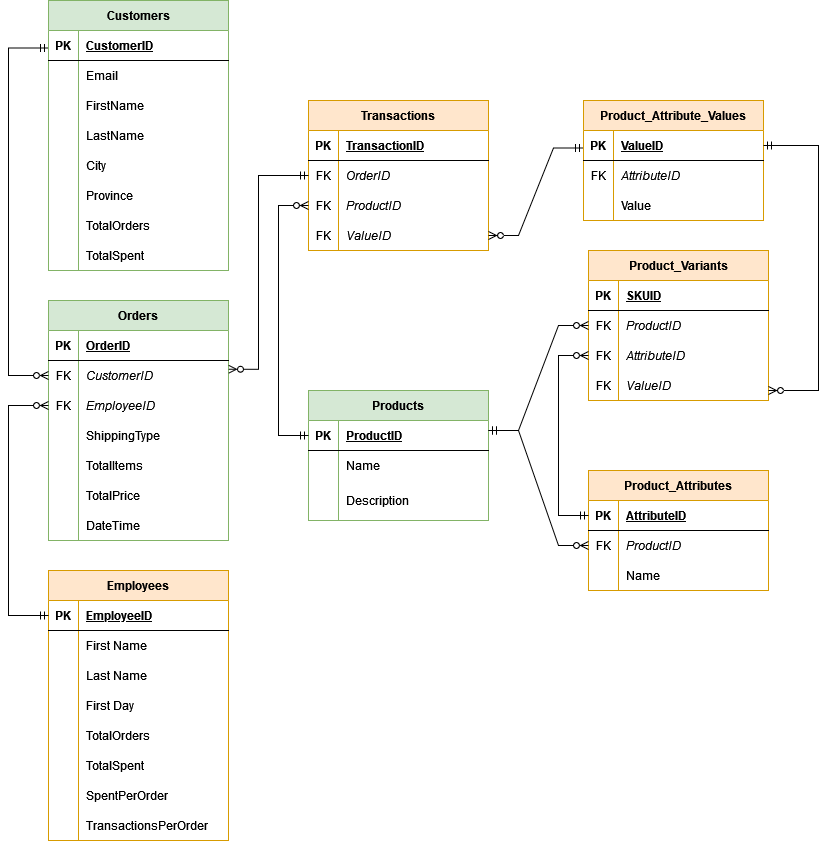
Above: extras/SchemaV1.png in fynnweaver/Shopify_Relational_Database (draw.io), before the change. Source tidied: cells renumbered, new cells last; positions are measured from the earlier drawing's top-left corner, leaving out a move shared by most shapes.
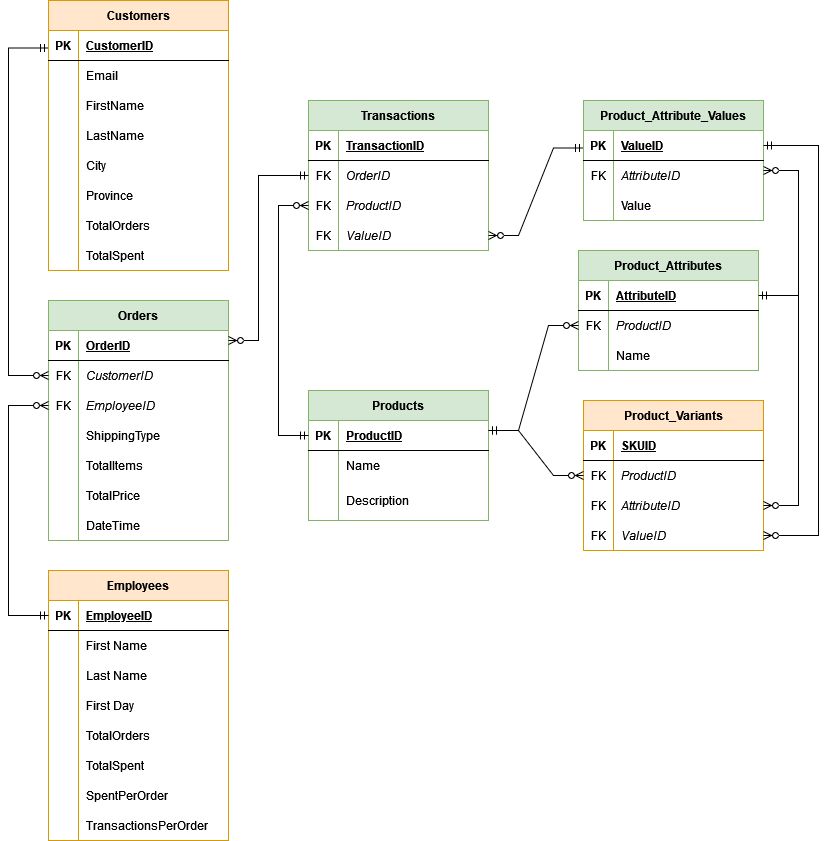
The same file after the commit.

Commit message:
Finished creation of product attributes and product attribute values.

The edit, as a diff of the source:
```diff
@@ -32,8 +32,8 @@
     <mxCell id="11" value="Description" style="shape=partialRectangle;fillColor=none;top=0;left=0;bottom=0;right=0;align=left;spacingLeft=6;overflow=hidden;" parent="9" vertex="1">
       <mxGeometry x="30" width="150" height="40" as="geometry" />
     </mxCell>
-    <mxCell id="12" value="Product_Attributes" style="shape=table;startSize=30;rowLines=0;fontStyle=1;align=center;fillColor=#ffe6cc;strokeColor=#d79b00;" parent="1" vertex="1">
-      <mxGeometry x="580" y="470" width="180" height="120" as="geometry" />
+    <mxCell id="12" value="Product_Attributes" style="shape=table;startSize=30;rowLines=0;fontStyle=1;align=center;fillColor=#d5e8d4;strokeColor=#82b366;" parent="1" vertex="1">
+      <mxGeometry x="570" y="250" width="180" height="120" as="geometry" />
     </mxCell>
     <mxCell id="13" style="shape=tableRow;horizontal=0;startSize=0;swimlaneHead=0;swimlaneBody=0;fillColor=none;points=[[0,0.5],[1,0.5]];portConstraint=eastwest;top=0;left=0;right=0;bottom=1;" parent="12" vertex="1">
       <mxGeometry y="30" width="180" height="30" as="geometry" />
@@ -62,7 +62,7 @@
     <mxCell id="21" value="Name" style="shape=partialRectangle;fillColor=none;top=0;left=0;bottom=0;right=0;align=left;spacingLeft=6;overflow=hidden;" parent="19" vertex="1">
       <mxGeometry x="30" width="150" height="30" as="geometry" />
     </mxCell>
-    <mxCell id="22" value="Product_Attribute_Values" style="shape=table;startSize=30;rowLines=0;fontStyle=1;align=center;fillColor=#ffe6cc;strokeColor=#d79b00;" parent="1" vertex="1">
+    <mxCell id="22" value="Product_Attribute_Values" style="shape=table;startSize=30;rowLines=0;fontStyle=1;align=center;fillColor=#d5e8d4;strokeColor=#82b366;" parent="1" vertex="1">
       <mxGeometry x="575" y="100" width="180" height="120" as="geometry" />
     </mxCell>
     <mxCell id="23" style="shape=tableRow;horizontal=0;startSize=0;swimlaneHead=0;swimlaneBody=0;fillColor=none;points=[[0,0.5],[1,0.5]];portConstraint=eastwest;top=0;left=0;right=0;bottom=1;" parent="22" vertex="1">
@@ -93,7 +93,7 @@
       <mxGeometry x="30" width="150" height="30" as="geometry" />
     </mxCell>
     <mxCell id="32" value="Product_Variants" style="shape=table;startSize=30;rowLines=0;fontStyle=1;align=center;fillColor=#ffe6cc;strokeColor=#d79b00;" parent="1" vertex="1">
-      <mxGeometry x="580" y="250" width="180" height="150" as="geometry" />
+      <mxGeometry x="575" y="400" width="180" height="150" as="geometry" />
     </mxCell>
     <mxCell id="33" style="shape=tableRow;horizontal=0;startSize=0;swimlaneHead=0;swimlaneBody=0;fillColor=none;top=0;left=0;right=0;bottom=1;" parent="32" vertex="1">
       <mxGeometry y="30" width="180" height="30" as="geometry" />
@@ -131,7 +131,7 @@
     <mxCell id="44" value="ValueID" style="shape=partialRectangle;fillColor=none;top=0;left=0;bottom=0;right=0;align=left;spacingLeft=6;overflow=hidden;fontStyle=2;" parent="42" vertex="1">
       <mxGeometry x="30" width="150" height="30" as="geometry" />
     </mxCell>
-    <mxCell id="45" value="Customers" style="shape=table;startSize=30;rowLines=0;fontStyle=1;align=center;fillColor=#d5e8d4;strokeColor=#82b366;" parent="1" vertex="1">
+    <mxCell id="45" value="Customers" style="shape=table;startSize=30;rowLines=0;fontStyle=1;align=center;fillColor=#ffe6cc;strokeColor=#d79b00;" parent="1" vertex="1">
       <mxGeometry x="40" width="180" height="270" as="geometry" />
     </mxCell>
     <mxCell id="46" style="shape=tableRow;horizontal=0;startSize=0;swimlaneHead=0;swimlaneBody=0;fillColor=none;top=0;left=0;right=0;bottom=1;" parent="45" vertex="1">
@@ -272,7 +272,7 @@
     <mxCell id="91" value="DateTime" style="shape=partialRectangle;fillColor=none;top=0;left=0;bottom=0;right=0;align=left;spacingLeft=6;overflow=hidden;" parent="89" vertex="1">
       <mxGeometry x="30" width="150" height="30" as="geometry" />
     </mxCell>
-    <mxCell id="92" value="Transactions" style="shape=table;startSize=30;rowLines=0;fontStyle=1;align=center;fillColor=#ffe6cc;strokeColor=#d79b00;" parent="1" vertex="1">
+    <mxCell id="92" value="Transactions" style="shape=table;startSize=30;rowLines=0;fontStyle=1;align=center;fillColor=#d5e8d4;strokeColor=#82b366;" parent="1" vertex="1">
       <mxGeometry x="300" y="100" width="180" height="150" as="geometry" />
     </mxCell>
     <mxCell id="93" style="shape=tableRow;horizontal=0;startSize=0;swimlaneHead=0;swimlaneBody=0;fillColor=none;top=0;left=0;right=0;bottom=1;" parent="92" vertex="1">
@@ -396,16 +396,17 @@
         <mxPoint x="480" y="430" as="sourcePoint" />
       </mxGeometry>
     </mxCell>
-    <mxCell id="132" style="fontSize=12;html=1;endArrow=ERzeroToMany;startArrow=ERmandOne;rounded=0;entryX=0;entryY=0.5;entryDx=0;entryDy=0;edgeStyle=elbowEdgeStyle;exitX=0;exitY=0.5;exitDx=0;exitDy=0;" parent="1" edge="1" source="13" target="39">
+    <mxCell id="132" style="fontSize=12;html=1;endArrow=none;startArrow=ERmandOne;rounded=0;edgeStyle=elbowEdgeStyle;exitX=1;exitY=0.5;exitDx=0;exitDy=0;endFill=0;" parent="1" edge="1" source="13">
       <mxGeometry relative="1" as="geometry">
+        <mxPoint x="790" y="480" as="targetPoint" />
         <Array as="points">
+          <mxPoint x="790" y="400" />
           <mxPoint x="550" y="440" />
         </Array>
       </mxGeometry>
     </mxCell>
-    <mxCell id="133" style="edgeStyle=elbowEdgeStyle;fontSize=12;html=1;endArrow=ERmandOne;startArrow=ERzeroToMany;rounded=0;startFill=0;endFill=0;entryX=1;entryY=0.5;entryDx=0;entryDy=0;" parent="1" edge="1" target="23">
+    <mxCell id="133" style="edgeStyle=elbowEdgeStyle;fontSize=12;html=1;endArrow=ERmandOne;startArrow=ERzeroToMany;rounded=0;startFill=0;endFill=0;entryX=1;entryY=0.5;entryDx=0;entryDy=0;exitX=1;exitY=0.5;exitDx=0;exitDy=0;" parent="1" edge="1" source="42" target="23">
       <mxGeometry relative="1" as="geometry">
-        <mxPoint x="760" y="390" as="sourcePoint" />
         <Array as="points">
           <mxPoint x="810" y="260" />
         </Array>
@@ -438,14 +439,22 @@
         </Array>
       </mxGeometry>
     </mxCell>
-    <mxCell id="138" style="edgeStyle=orthogonalEdgeStyle;fontSize=12;html=1;endArrow=ERmandOne;startArrow=ERzeroToMany;rounded=0;endFill=0;exitX=1;exitY=0.5;exitDx=0;exitDy=0;startFill=0;entryX=0;entryY=0.5;entryDx=0;entryDy=0;" parent="1" edge="1" target="96">
+    <mxCell id="138" style="edgeStyle=orthogonalEdgeStyle;fontSize=12;html=1;endArrow=ERmandOne;startArrow=ERzeroToMany;rounded=0;endFill=0;startFill=0;entryX=0;entryY=0.5;entryDx=0;entryDy=0;" parent="1" edge="1" target="96">
       <mxGeometry relative="1" as="geometry">
-        <mxPoint x="220" y="368.8" as="sourcePoint" />
+        <mxPoint x="220" y="340" as="sourcePoint" />
         <Array as="points">
-          <mxPoint x="250" y="369" />
+          <mxPoint x="250" y="340" />
           <mxPoint x="250" y="175" />
         </Array>
       </mxGeometry>
     </mxCell>
+    <mxCell id="139" style="edgeStyle=elbowEdgeStyle;fontSize=12;html=1;endArrow=ERzeroToMany;startArrow=ERzeroToMany;rounded=0;startFill=0;endFill=0;entryX=1;entryY=0.5;entryDx=0;entryDy=0;exitX=1;exitY=0.5;exitDx=0;exitDy=0;" parent="1" edge="1" source="39">
+      <mxGeometry relative="1" as="geometry">
+        <mxPoint x="755" y="170" as="targetPoint" />
+        <Array as="points">
+          <mxPoint x="790" y="270" />
+        </Array>
+      </mxGeometry>
+    </mxCell>
   </root>
 </mxGraphModel>
```
